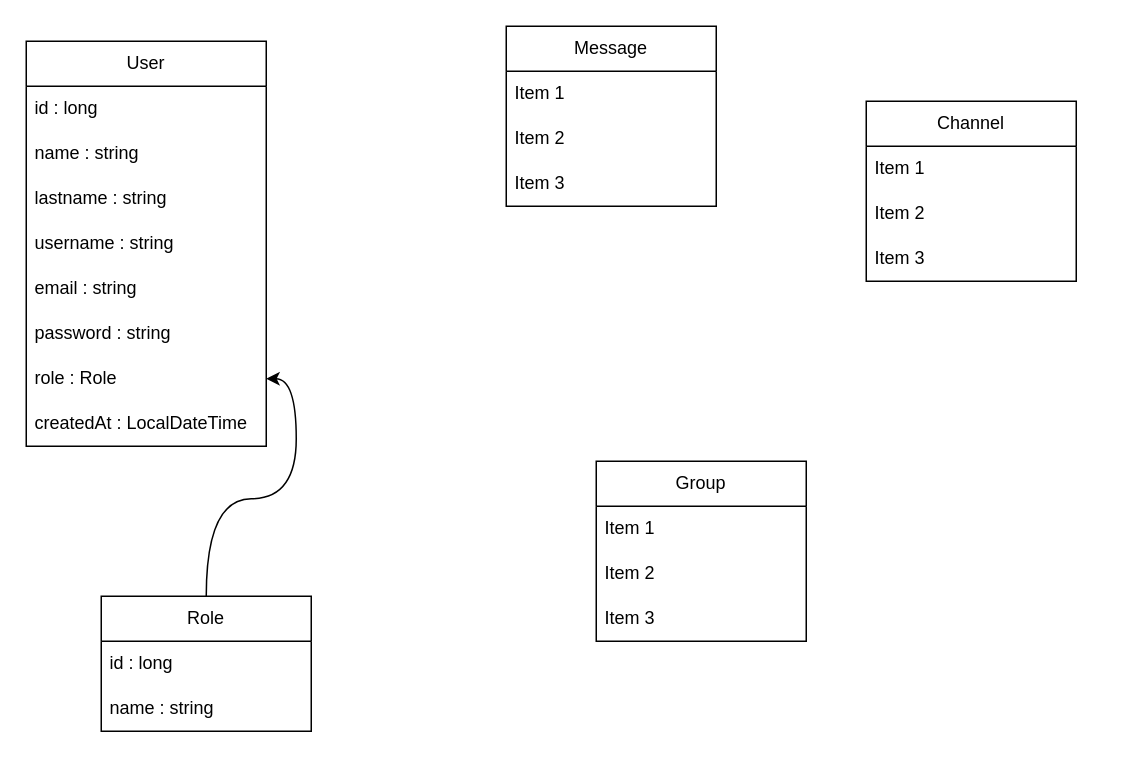
DanteDeLordran/TeamTalk-EnhancedEdition keeps this draw.io diagram as architecture.drawio. Above is the earlier version. Source tidied: cells renumbered, new cells numbered last; positions are measured from the earlier drawing's top-left corner, leaving out a move shared by most shapes. Both pictures are drawn from the tidied source at 150%, with x=0, y=0 at pixel (26, 26).
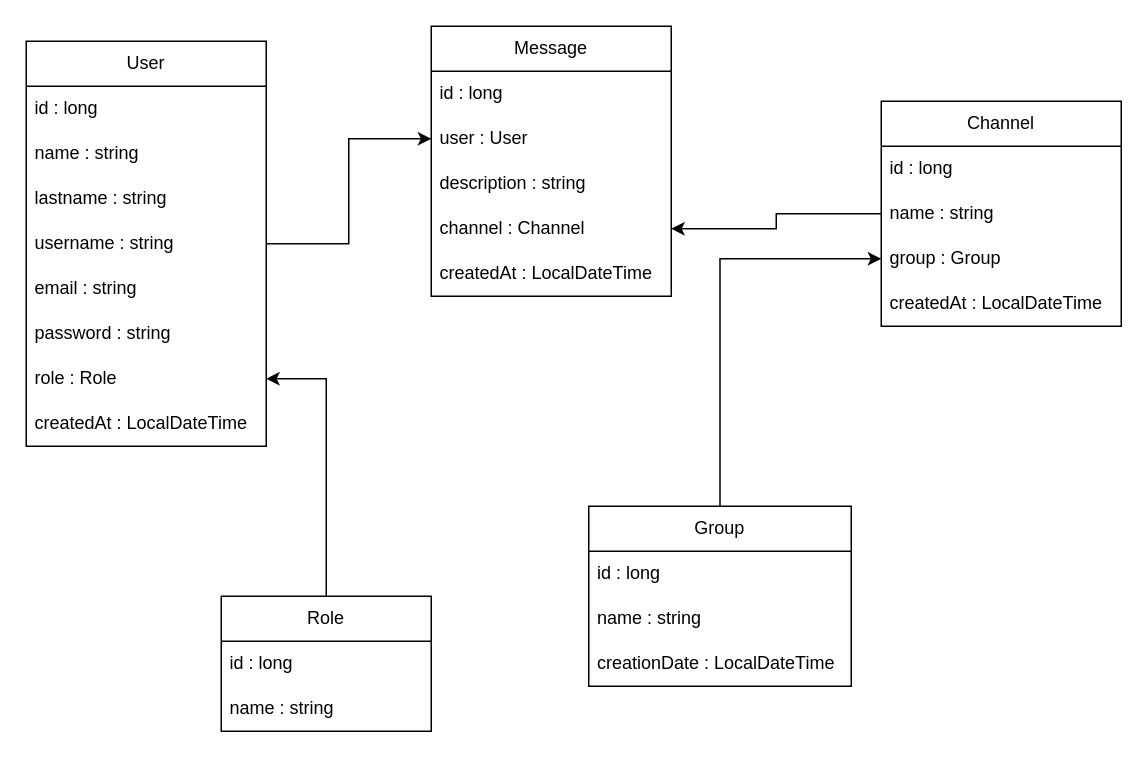
After the change.

Unchanged cells that the change refers to:
```xml
<mxCell id="2" value="User" style="swimlane;fontStyle=0;horizontal=1;startSize=30;whiteSpace=wrap;html=1;" parent="1" vertex="1">
  <mxGeometry y="10" width="160" height="270" as="geometry" />
</mxCell>
<mxCell id="9" value="role : Role" style="text;strokeColor=none;fillColor=none;align=left;verticalAlign=middle;spacingLeft=4;spacingRight=4;overflow=hidden;points=[[0,0.5],[1,0.5]];portConstraint=eastwest;whiteSpace=wrap;html=1;" parent="2" vertex="1">
  <mxGeometry y="210" width="160" height="30" as="geometry" />
</mxCell>
```

The edit, as a diff of the source:
```diff
@@
+    <mxCell id="27" style="edgeStyle=orthogonalEdgeStyle;rounded=0;jettySize=auto;html=1;" parent="1" edge="1" source="2" target="17">
+      <mxGeometry relative="1" as="geometry" />
+    </mxCell>
@@
-    <mxCell id="11" style="edgeStyle=orthogonalEdgeStyle;rounded=0;jettySize=auto;html=1;curved=1;" parent="1" edge="1" source="12" target="9">
+    <mxCell id="11" style="edgeStyle=orthogonalEdgeStyle;rounded=0;jettySize=auto;html=1;" parent="1" edge="1" source="12" target="9">
       <mxGeometry relative="1" as="geometry" />
     </mxCell>
     <mxCell id="12" value="Role" style="swimlane;fontStyle=0;horizontal=1;startSize=30;whiteSpace=wrap;html=1;" parent="1" vertex="1">
-      <mxGeometry x="50" y="380" width="140" height="90" as="geometry" />
+      <mxGeometry x="130" y="380" width="140" height="90" as="geometry" />
     </mxCell>
@@
     <mxCell id="15" value="Message" style="swimlane;fontStyle=0;horizontal=1;startSize=30;whiteSpace=wrap;html=1;" parent="1" vertex="1">
-      <mxGeometry x="320" width="140" height="120" as="geometry" />
+      <mxGeometry x="270" width="160" height="180" as="geometry" />
     </mxCell>
-    <mxCell id="16" value="Item 1" style="text;strokeColor=none;fillColor=none;align=left;verticalAlign=middle;spacingLeft=4;spacingRight=4;overflow=hidden;whiteSpace=wrap;html=1;" parent="15" vertex="1">
-      <mxGeometry y="30" width="140" height="30" as="geometry" />
+    <mxCell id="16" value="id : long" style="text;strokeColor=none;fillColor=none;align=left;verticalAlign=middle;spacingLeft=4;spacingRight=4;overflow=hidden;whiteSpace=wrap;html=1;" parent="15" vertex="1">
+      <mxGeometry y="30" width="160" height="30" as="geometry" />
     </mxCell>
-    <mxCell id="17" value="Item 2" style="text;strokeColor=none;fillColor=none;align=left;verticalAlign=middle;spacingLeft=4;spacingRight=4;overflow=hidden;points=[[0,0.5],[1,0.5]];portConstraint=eastwest;whiteSpace=wrap;html=1;" parent="15" vertex="1">
-      <mxGeometry y="60" width="140" height="30" as="geometry" />
+    <mxCell id="17" value="user : User" style="text;strokeColor=none;fillColor=none;align=left;verticalAlign=middle;spacingLeft=4;spacingRight=4;overflow=hidden;points=[[0,0.5],[1,0.5]];portConstraint=eastwest;whiteSpace=wrap;html=1;" parent="15" vertex="1">
+      <mxGeometry y="60" width="160" height="30" as="geometry" />
     </mxCell>
+    <mxCell id="28" value="description : string" style="text;strokeColor=none;fillColor=none;align=left;verticalAlign=middle;spacingLeft=4;spacingRight=4;overflow=hidden;whiteSpace=wrap;html=1;" parent="15" vertex="1">
+      <mxGeometry y="90" width="160" height="30" as="geometry" />
+    </mxCell>
+    <mxCell id="29" value="channel : Channel" style="text;strokeColor=none;fillColor=none;align=left;verticalAlign=middle;spacingLeft=4;spacingRight=4;overflow=hidden;points=[[0,0.5],[1,0.5]];portConstraint=eastwest;whiteSpace=wrap;html=1;" parent="15" vertex="1">
+      <mxGeometry y="120" width="160" height="30" as="geometry" />
+    </mxCell>
-    <mxCell id="18" value="Item 3" style="text;strokeColor=none;fillColor=none;align=left;verticalAlign=middle;spacingLeft=4;spacingRight=4;overflow=hidden;whiteSpace=wrap;html=1;" parent="15" vertex="1">
-      <mxGeometry y="90" width="140" height="30" as="geometry" />
+    <mxCell id="18" value="createdAt : LocalDateTime" style="text;strokeColor=none;fillColor=none;align=left;verticalAlign=middle;spacingLeft=4;spacingRight=4;overflow=hidden;whiteSpace=wrap;html=1;" parent="15" vertex="1">
+      <mxGeometry y="150" width="160" height="30" as="geometry" />
     </mxCell>
+    <mxCell id="30" style="edgeStyle=orthogonalEdgeStyle;rounded=0;jettySize=auto;html=1;" parent="1" edge="1" source="19" target="26">
+      <mxGeometry relative="1" as="geometry" />
+    </mxCell>
     <mxCell id="19" value="Group" style="swimlane;fontStyle=0;horizontal=1;startSize=30;whiteSpace=wrap;html=1;" parent="1" vertex="1">
-      <mxGeometry x="380" y="290" width="140" height="120" as="geometry" />
+      <mxGeometry x="375" y="320" width="175" height="120" as="geometry" />
     </mxCell>
-    <mxCell id="20" value="Item 1" style="text;strokeColor=none;fillColor=none;align=left;verticalAlign=middle;spacingLeft=4;spacingRight=4;overflow=hidden;whiteSpace=wrap;html=1;" parent="19" vertex="1">
-      <mxGeometry y="30" width="140" height="30" as="geometry" />
+    <mxCell id="20" value="id : long" style="text;strokeColor=none;fillColor=none;align=left;verticalAlign=middle;spacingLeft=4;spacingRight=4;overflow=hidden;whiteSpace=wrap;html=1;" parent="19" vertex="1">
+      <mxGeometry y="30" width="175" height="30" as="geometry" />
     </mxCell>
-    <mxCell id="21" value="Item 2" style="text;strokeColor=none;fillColor=none;align=left;verticalAlign=middle;spacingLeft=4;spacingRight=4;overflow=hidden;whiteSpace=wrap;html=1;" parent="19" vertex="1">
-      <mxGeometry y="60" width="140" height="30" as="geometry" />
+    <mxCell id="21" value="name : string" style="text;strokeColor=none;fillColor=none;align=left;verticalAlign=middle;spacingLeft=4;spacingRight=4;overflow=hidden;whiteSpace=wrap;html=1;" parent="19" vertex="1">
+      <mxGeometry y="60" width="175" height="30" as="geometry" />
     </mxCell>
-    <mxCell id="22" value="Item 3" style="text;strokeColor=none;fillColor=none;align=left;verticalAlign=middle;spacingLeft=4;spacingRight=4;overflow=hidden;whiteSpace=wrap;html=1;" parent="19" vertex="1">
-      <mxGeometry y="90" width="140" height="30" as="geometry" />
+    <mxCell id="22" value="creationDate : LocalDateTime" style="text;strokeColor=none;fillColor=none;align=left;verticalAlign=middle;spacingLeft=4;spacingRight=4;overflow=hidden;whiteSpace=wrap;html=1;" parent="19" vertex="1">
+      <mxGeometry y="90" width="175" height="30" as="geometry" />
     </mxCell>
+    <mxCell id="31" style="edgeStyle=orthogonalEdgeStyle;rounded=0;jettySize=auto;html=1;" parent="1" edge="1" source="23" target="29">
+      <mxGeometry relative="1" as="geometry" />
+    </mxCell>
     <mxCell id="23" value="Channel" style="swimlane;fontStyle=0;horizontal=1;startSize=30;whiteSpace=wrap;html=1;" parent="1" vertex="1">
-      <mxGeometry x="560" y="50" width="140" height="120" as="geometry" />
+      <mxGeometry x="570" y="50" width="160" height="150" as="geometry" />
     </mxCell>
-    <mxCell id="24" value="Item 1" style="text;strokeColor=none;fillColor=none;align=left;verticalAlign=middle;spacingLeft=4;spacingRight=4;overflow=hidden;whiteSpace=wrap;html=1;" parent="23" vertex="1">
-      <mxGeometry y="30" width="140" height="30" as="geometry" />
+    <mxCell id="24" value="id : long" style="text;strokeColor=none;fillColor=none;align=left;verticalAlign=middle;spacingLeft=4;spacingRight=4;overflow=hidden;whiteSpace=wrap;html=1;" parent="23" vertex="1">
+      <mxGeometry y="30" width="160" height="30" as="geometry" />
     </mxCell>
-    <mxCell id="25" value="Item 2" style="text;strokeColor=none;fillColor=none;align=left;verticalAlign=middle;spacingLeft=4;spacingRight=4;overflow=hidden;whiteSpace=wrap;html=1;" parent="23" vertex="1">
-      <mxGeometry y="60" width="140" height="30" as="geometry" />
+    <mxCell id="25" value="name : string" style="text;strokeColor=none;fillColor=none;align=left;verticalAlign=middle;spacingLeft=4;spacingRight=4;overflow=hidden;whiteSpace=wrap;html=1;" parent="23" vertex="1">
+      <mxGeometry y="60" width="160" height="30" as="geometry" />
     </mxCell>
-    <mxCell id="26" value="Item 3" style="text;strokeColor=none;fillColor=none;align=left;verticalAlign=middle;spacingLeft=4;spacingRight=4;overflow=hidden;points=[[0,0.5],[1,0.5]];portConstraint=eastwest;whiteSpace=wrap;html=1;" parent="23" vertex="1">
-      <mxGeometry y="90" width="140" height="30" as="geometry" />
+    <mxCell id="26" value="group : Group" style="text;strokeColor=none;fillColor=none;align=left;verticalAlign=middle;spacingLeft=4;spacingRight=4;overflow=hidden;points=[[0,0.5],[1,0.5]];portConstraint=eastwest;whiteSpace=wrap;html=1;" parent="23" vertex="1">
+      <mxGeometry y="90" width="160" height="30" as="geometry" />
     </mxCell>
+    <mxCell id="32" value="createdAt : LocalDateTime" style="text;strokeColor=none;fillColor=none;align=left;verticalAlign=middle;spacingLeft=4;spacingRight=4;overflow=hidden;whiteSpace=wrap;html=1;" parent="23" vertex="1">
+      <mxGeometry y="120" width="160" height="30" as="geometry" />
+    </mxCell>
```
